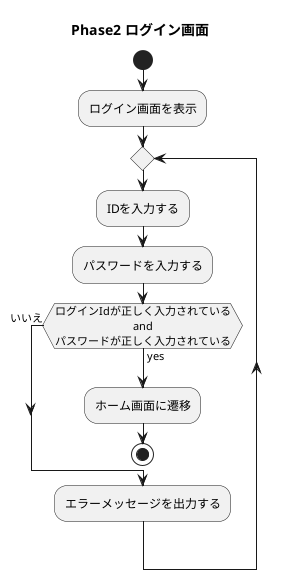
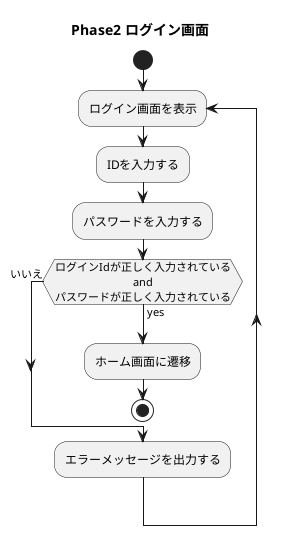
@startuml

title Phase2 ログイン画面
skinparam defaulttextalignment center

start

- :ログイン画面を表示;
- repeat
+ repeat:ログイン画面を表示;
+ 
:IDを入力する;
:パスワードを入力する;
while (ログインIdが正しく入力されている\nand\nパスワードが正しく入力されている) is (yes)
:ホーム画面に遷移;
stop
endwhile (いいえ)
:エラーメッセージを出力する;




@enduml